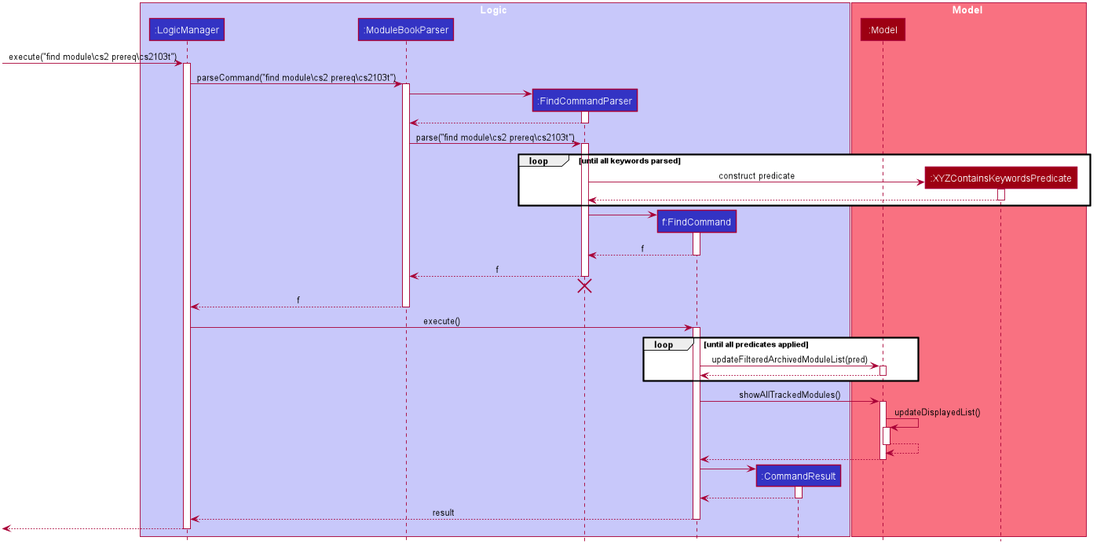
This is docs/images/FindSequenceDiagram.png from nus-cs2103-AY1920S1/addressbook-level3, a PlantUML export, as it was before one commit.
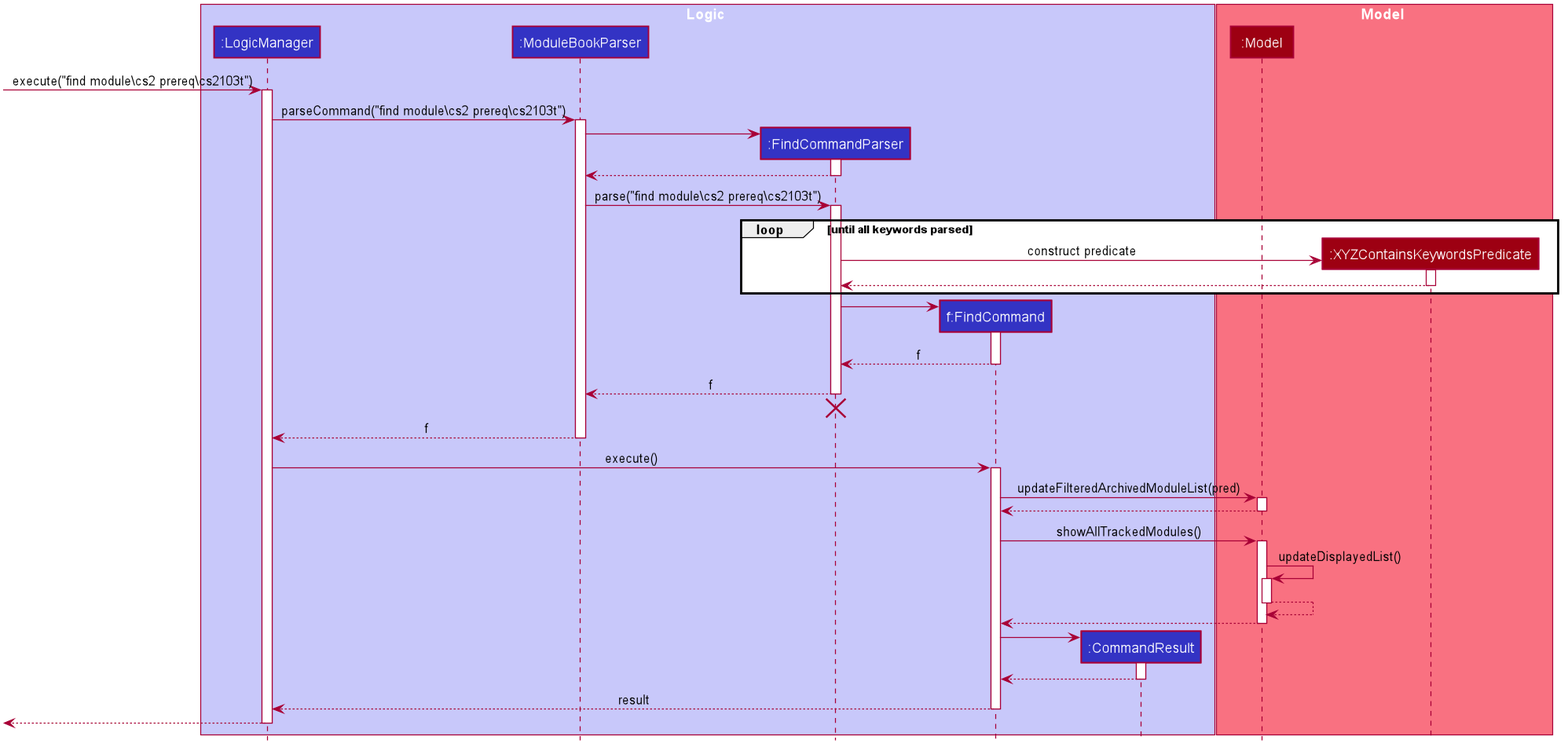
Later version of the same file.

Commit message:
Updated sequence diagram and corrected some grammar. (#187)

Diff of the diagram source:
```diff
@@ -105,13 +105,11 @@
 LogicManager -> FindCommand : execute()
 activate FindCommand
 
-loop until all predicates applied
 FindCommand -> Model : updateFilteredArchivedModuleList(pred)
 activate Model
 
 Model --> FindCommand
 deactivate Model
-end
 
 FindCommand -> Model : showAllTrackedModules()
 activate Model
```
